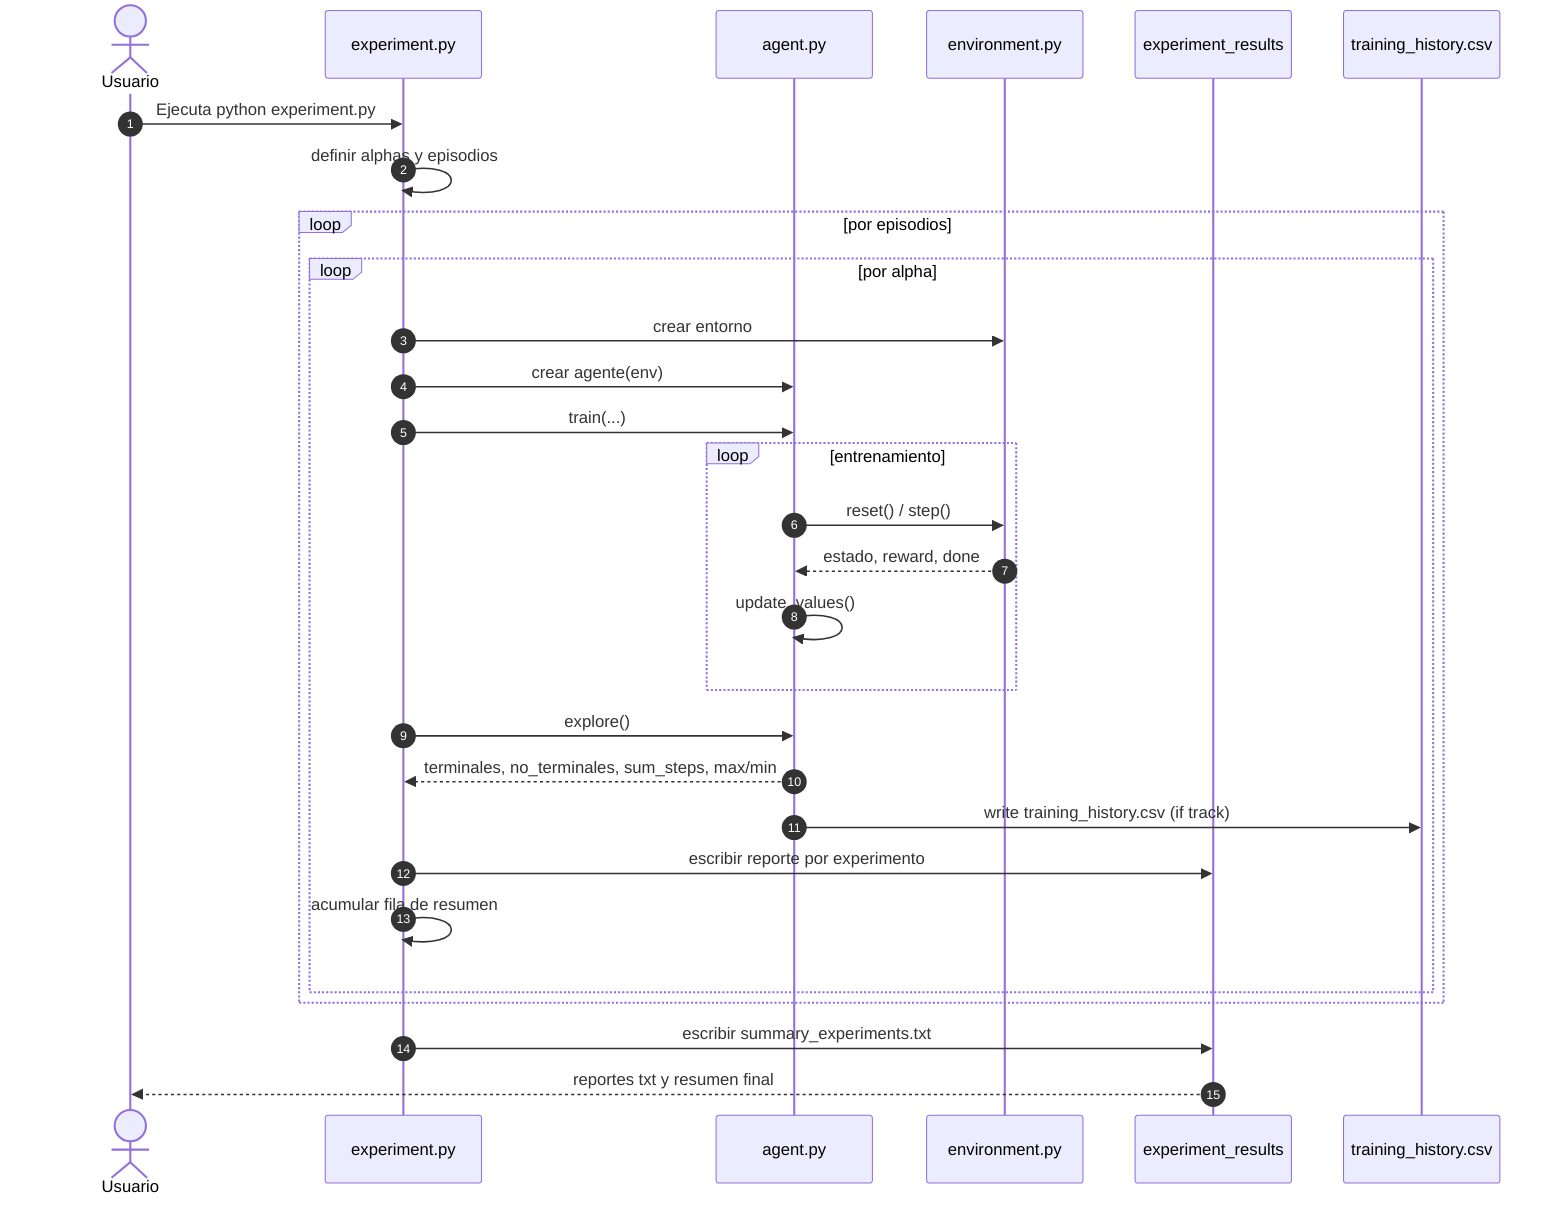
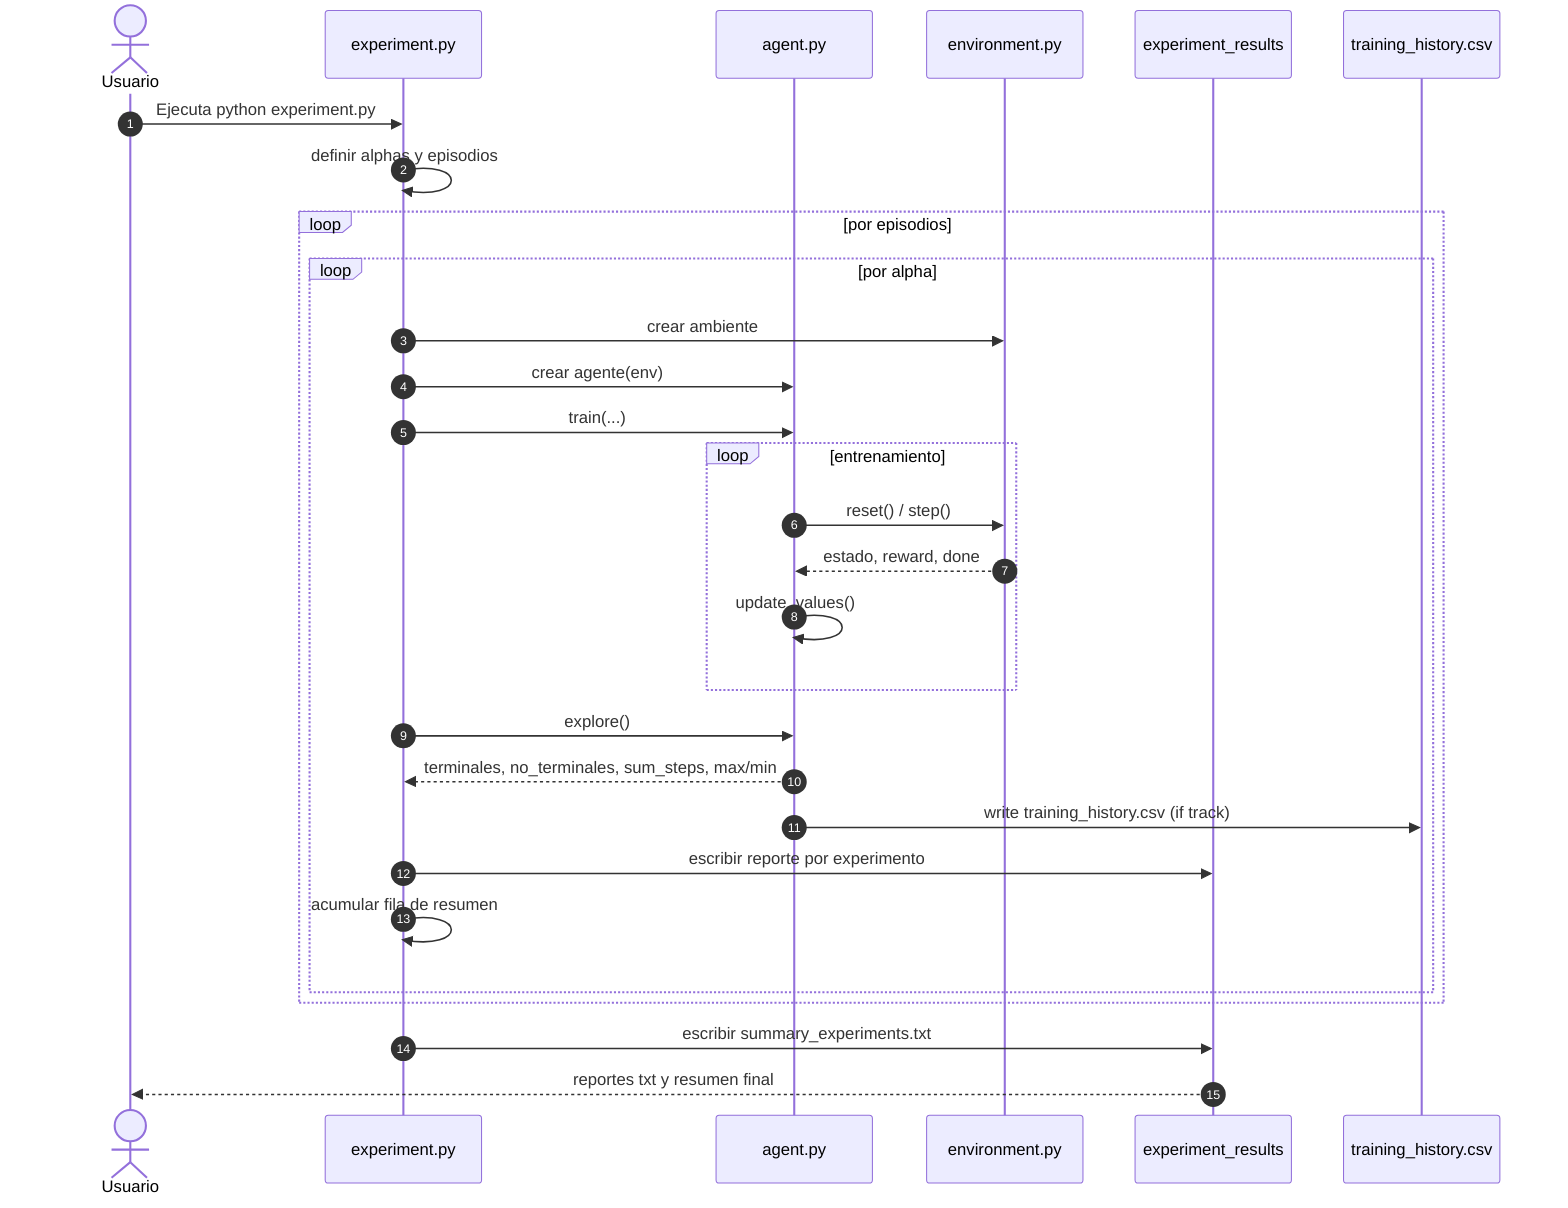
sequenceDiagram
    autonumber
    actor Usuario
    participant exp as experiment.py
    participant agent as agent.py
    participant env as environment.py
    participant rep as experiment_results
    participant history as training_history.csv

    Usuario->>exp: Ejecuta python experiment.py
    exp->>exp: definir alphas y episodios
    loop por episodios
        loop por alpha
-             exp->>env: crear entorno
+             exp->>env: crear ambiente
            exp->>agent: crear agente(env)
            exp->>agent: train(...)
            loop entrenamiento
                agent->>env: reset() / step()
                env-->>agent: estado, reward, done
                agent->>agent: update_values()
            end
            exp->>agent: explore()
            agent-->>exp: terminales, no_terminales, sum_steps, max/min
            agent->>history: write training_history.csv (if track)
            exp->>rep: escribir reporte por experimento
            exp->>exp: acumular fila de resumen
        end
    end
    exp->>rep: escribir summary_experiments.txt
    rep-->>Usuario: reportes txt y resumen final
